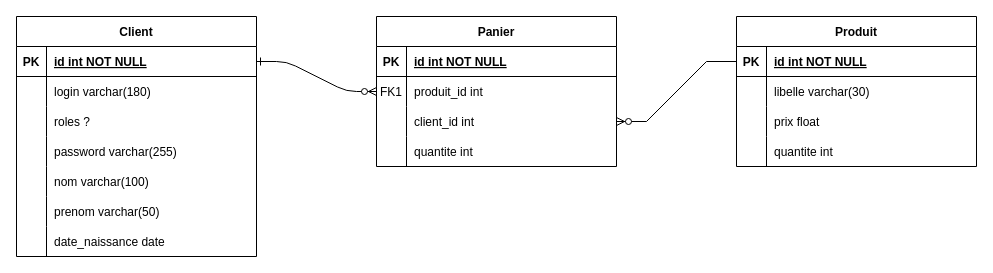
Above: document/schema.drawio in mathisdevigne/projetTechWebL3 (draw.io), before the change. Source tidied: cells renumbered, new cells numbered last; positions are measured from the earlier drawing's top-left corner, leaving out a move shared by most shapes. Both pictures are drawn from the tidied source at 100%, with x=0, y=0 at pixel (16, 16).
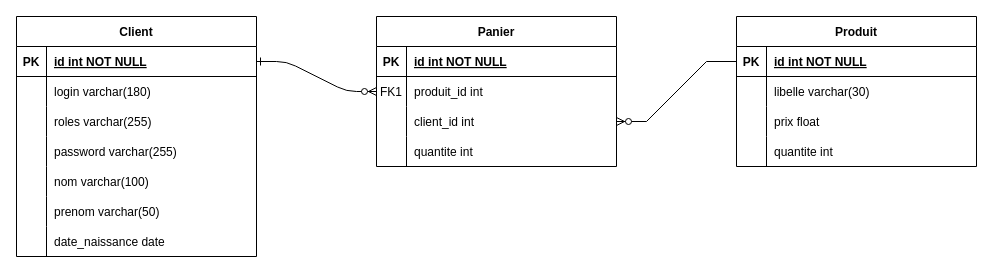
After the change.

Unchanged cells that the change refers to:
```xml
<mxCell id="36" style="shape=partialRectangle;fillColor=none;top=0;left=0;right=0;bottom=0;" parent="29" vertex="1">
  <mxGeometry y="90" width="240" height="30" as="geometry" />
</mxCell>
```

Change to the diagram source:
```diff
@@
-    <mxCell id="38" value="roles ?" style="shape=partialRectangle;overflow=hidden;fillColor=none;top=0;left=0;bottom=0;right=0;align=left;spacingLeft=6;" parent="36" vertex="1">
+    <mxCell id="38" value="roles varchar(255)" style="shape=partialRectangle;overflow=hidden;fillColor=none;top=0;left=0;bottom=0;right=0;align=left;spacingLeft=6;" parent="36" vertex="1">
       <mxGeometry x="30" width="210" height="30" as="geometry" />
     </mxCell>
```
